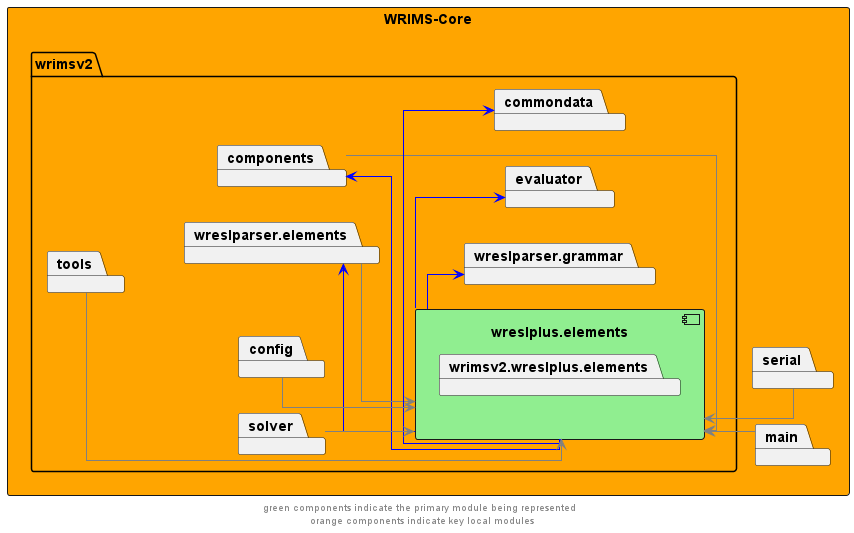
Earlier version of the PlantUML export docs/diagrams/wrims-core/wrims-core_wreslplus-elements.png (CentralValleyModeling/wrims).
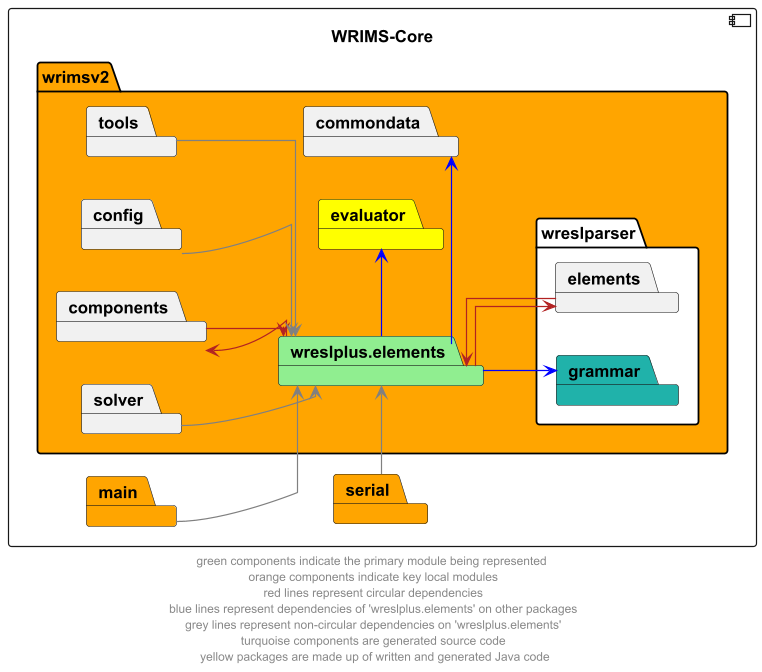
The same file after the commit.

Change to the diagram source:
```diff
@@ -2,44 +2,43 @@
 left to right direction
 skinparam linetype ortho
 
-rectangle wrims_core as "WRIMS-Core" #orange {
-        package wrimsv2{
-            package wreslplus.elements {
-                component wreslplus.elements #lightgreen {
-                    package wrimsv2.wreslplus.elements
-                }
-            }
+component wrims_core as "WRIMS-Core" {
+        package wrimsv2 #orange {
+            package wreslplus.elements #lightgreen
         package commondata
         package components
-        package evaluator
-        package wreslparser.elements
-
+        package evaluator #yellow
+        package wreslparser #white {
+            package elements
+            package grammar #lightseagreen
+        }
         package config
         package solver
         package tools
-        package wreslparser.grammar
     }
-package main
-package serial
+    package main #orange
+    package serial #orange
 }
 
-wreslplus.elements -l->  components #blue
-components -->  wreslplus.elements #grey
-wreslplus.elements -l->  wreslparser.elements #blue
-wreslparser.elements -->  wreslplus.elements #grey
+wreslplus.elements -l->  components #firebrick
+components -->  wreslplus.elements #firebrick
+wreslplus.elements -->  elements #firebrick
+elements -l->  wreslplus.elements #firebrick
 
 wreslplus.elements -r->  commondata #blue
 wreslplus.elements -r->  evaluator #blue
-wreslplus.elements -r->  wreslparser.grammar #blue
+wreslplus.elements -->  grammar #blue
 
 config -->  wreslplus.elements #grey
 solver -->  wreslplus.elements #grey
 tools -->  wreslplus.elements #grey
 
-main -u-> wreslplus.elements #grey
-serial -u-> wreslplus.elements #grey
+main --> wreslplus.elements #grey
+serial -r-> wreslplus.elements #grey
 
-wreslparser.elements -u[hidden]-> tools
+elements -u[hidden]-> tools
+serial -u[hidden]-> main
+components -r[hidden]-> config
 
-footer "green components indicate the primary module being represented \n orange components indicate key local modules"
+footer "green components indicate the primary module being represented \n orange components indicate key local modules \n red lines represent circular dependencies \n blue lines represent dependencies of 'wreslplus.elements' on other packages \n grey lines represent non-circular dependencies on 'wreslplus.elements' \n turquoise components are generated source code \n yellow packages are made up of written and generated Java code"
 @enduml
```
